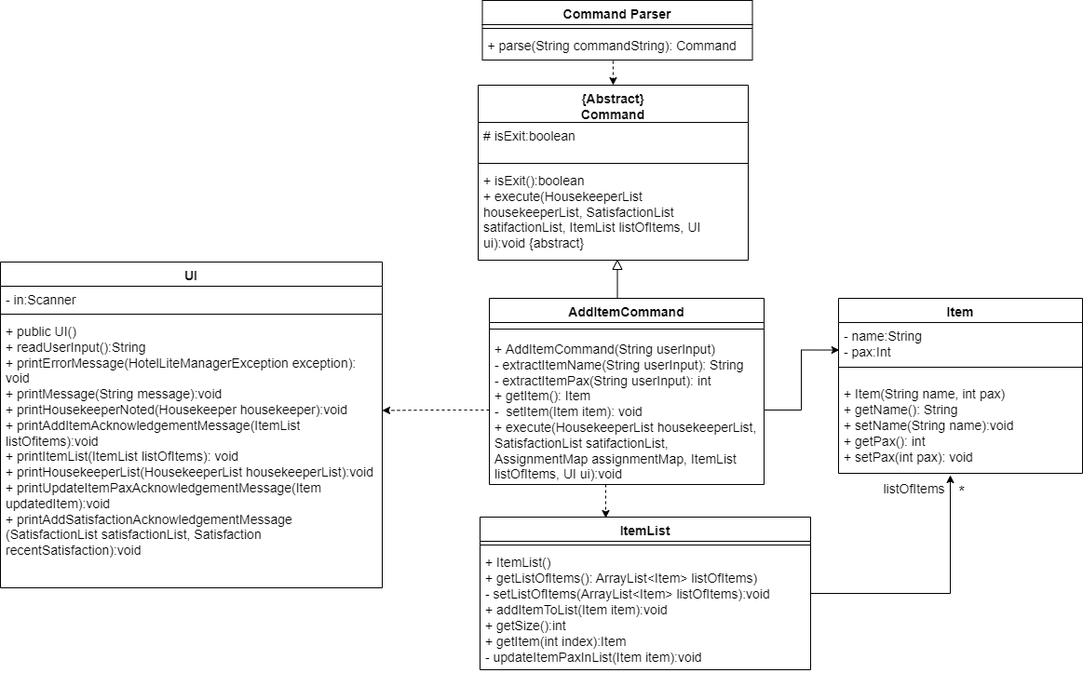
This is docs/team/SiewYangZhi_addItemCommand/AddItemCommandClassDiagram.png from nus-cs2113-AY2122S2/tp, a draw.io export, as it was before one commit. Source tidied: cells renumbered, new cells last; positions are measured from the earlier drawing's top-left corner, leaving out a move shared by most shapes.
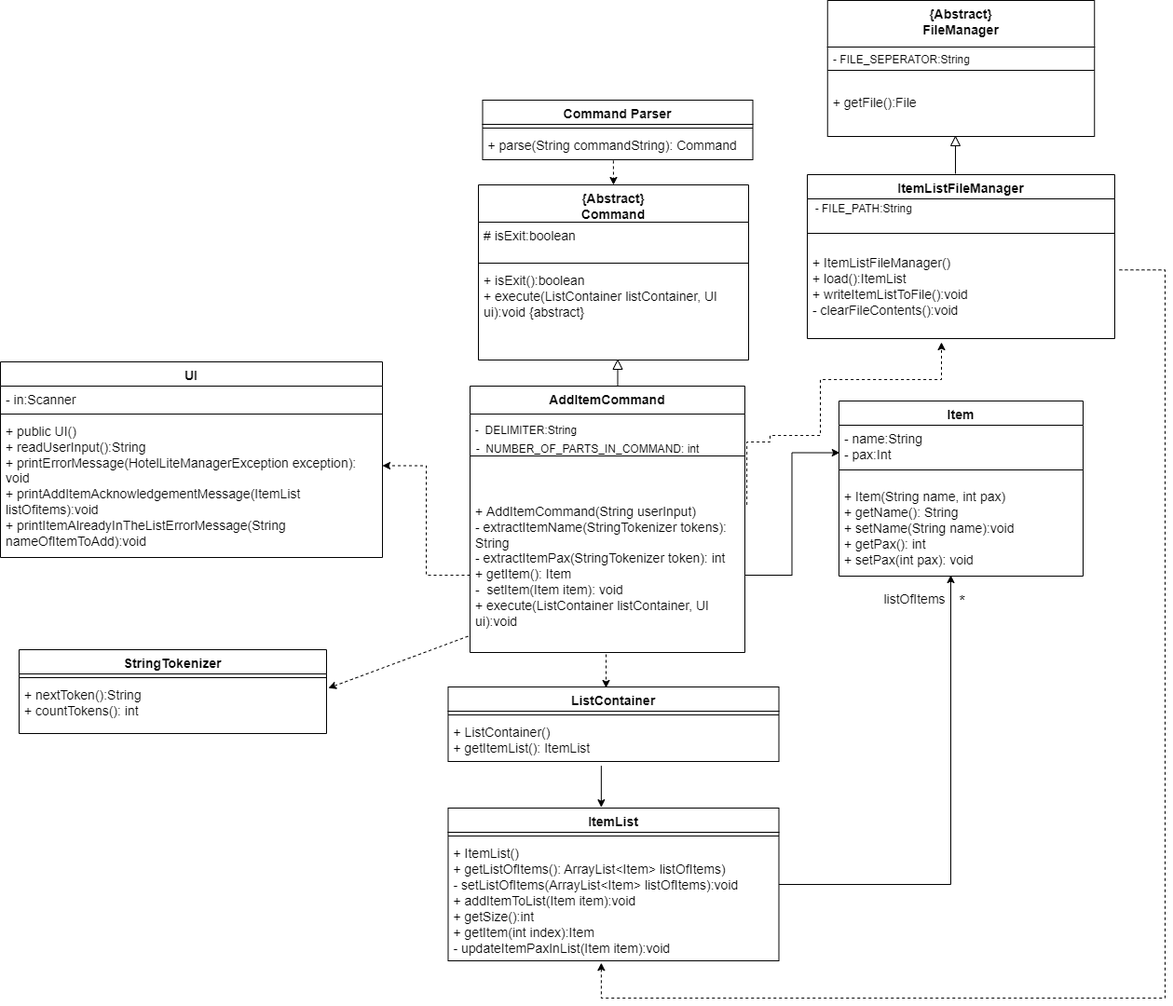
Later version of the same file.

Commit message:
Update add Item To Item List section of the DeveloperGuide

Fixes #269

Diff of the diagram source:
```diff
@@ -2,17 +2,8 @@
   <root>
     <mxCell id="0" />
     <mxCell id="1" parent="0" />
-    <mxCell id="2" value="AddItemCommand" style="swimlane;fontStyle=1;align=center;verticalAlign=top;horizontal=1;startSize=26;strokeColor=#000000;fontSize=14;" parent="1" vertex="1">
-      <mxGeometry x="525" y="320" width="295" height="200" as="geometry" />
-    </mxCell>
-    <mxCell id="3" style="line;strokeWidth=1;fillColor=none;align=left;verticalAlign=middle;spacingTop=-1;spacingLeft=3;spacingRight=3;labelPosition=right;" parent="2" vertex="1">
-      <mxGeometry y="26" width="295" height="14" as="geometry" />
-    </mxCell>
-    <mxCell id="4" value="+ AddItemCommand(String userInput)&#10;- extractItemName(String userInput): String&#10;- extractItemPax(String userInput): int&#10;+ getItem(): Item&#10;-  setItem(Item item): void&#10;+ execute(HousekeeperList housekeeperList, SatisfactionList satifactionList, AssignmentMap assignmentMap, ItemList listOfItems, UI ui):void" style="text;strokeColor=none;fillColor=none;align=left;verticalAlign=top;spacingLeft=4;spacingRight=4;overflow=hidden;points=[[0,0.5],[1,0.5]];portConstraint=eastwest;fontSize=14;whiteSpace=wrap;" parent="2" vertex="1">
-      <mxGeometry y="40" width="295" height="160" as="geometry" />
-    </mxCell>
     <mxCell id="5" value="Item" style="swimlane;fontStyle=1;align=center;verticalAlign=top;horizontal=1;startSize=26;fontSize=14;" parent="1" vertex="1">
-      <mxGeometry x="900" y="320" width="262" height="188" as="geometry" />
+      <mxGeometry x="900" y="323" width="262" height="188" as="geometry" />
     </mxCell>
     <mxCell id="6" value="- name:String&#10;- pax:Int" style="text;strokeColor=none;fillColor=none;align=left;verticalAlign=top;spacingLeft=4;spacingRight=4;overflow=hidden;points=[[0,0.5],[1,0.5]];portConstraint=eastwest;fontSize=14;" parent="5" vertex="1">
       <mxGeometry y="26" width="262" height="34" as="geometry" />
@@ -42,7 +33,7 @@
       </mxGeometry>
     </mxCell>
     <mxCell id="13" value="ItemList" style="swimlane;fontStyle=1;align=center;verticalAlign=top;horizontal=1;startSize=26;fontSize=14;" parent="1" vertex="1">
-      <mxGeometry x="515" y="555" width="355" height="164" as="geometry" />
+      <mxGeometry x="480.5" y="760" width="355" height="164" as="geometry" />
     </mxCell>
     <mxCell id="14" style="line;strokeWidth=1;fillColor=none;align=left;verticalAlign=middle;spacingTop=-1;spacingLeft=3;spacingRight=3;labelPosition=right;" parent="13" vertex="1">
       <mxGeometry y="26" width="355" height="8" as="geometry" />
@@ -51,7 +42,7 @@
       <mxGeometry y="34" width="355" height="130" as="geometry" />
     </mxCell>
     <mxCell id="16" value="UI" style="swimlane;fontStyle=1;align=center;verticalAlign=top;horizontal=1;startSize=26;fontSize=14;" parent="1" vertex="1">
-      <mxGeometry y="281" width="410" height="350" as="geometry" />
+      <mxGeometry y="281" width="410" height="210" as="geometry" />
     </mxCell>
     <mxCell id="17" value="- in:Scanner" style="text;strokeColor=none;fillColor=none;align=left;verticalAlign=top;spacingLeft=4;spacingRight=4;overflow=hidden;fontSize=14;" parent="16" vertex="1">
       <mxGeometry y="26" width="410" height="26" as="geometry" />
@@ -59,16 +50,16 @@
     <mxCell id="18" style="line;strokeWidth=1;fillColor=none;align=left;verticalAlign=middle;spacingTop=-1;spacingLeft=3;spacingRight=3;labelPosition=right;fontSize=12;" parent="16" vertex="1">
       <mxGeometry y="52" width="410" height="8" as="geometry" />
     </mxCell>
-    <mxCell id="19" value="+ public UI()&#10;+ readUserInput():String&#10;+ printErrorMessage(HotelLiteManagerException exception): void&#10;+ printMessage(String message):void&#10;+ printHousekeeperNoted(Housekeeper housekeeper):void&#10;+ printAddItemAcknowledgementMessage(ItemList listOfitems):void&#10;+ printItemList(ItemList listOfItems): void&#10;+ printHousekeeperList(HousekeeperList housekeeperList):void&#10;+ printUpdateItemPaxAcknowledgementMessage(Item updatedItem):void&#10;+ printAddSatisfactionAcknowledgementMessage (SatisfactionList satisfactionList, Satisfaction recentSatisfaction):void" style="text;strokeColor=none;fillColor=none;align=left;verticalAlign=top;spacingLeft=4;spacingRight=4;overflow=hidden;points=[[0,0.5],[1,0.5]];portConstraint=eastwest;fontSize=14;whiteSpace=wrap;" parent="16" vertex="1">
-      <mxGeometry y="60" width="410" height="290" as="geometry" />
+    <mxCell id="19" value="+ public UI()&#10;+ readUserInput():String&#10;+ printErrorMessage(HotelLiteManagerException exception): void&#10;+ printAddItemAcknowledgementMessage(ItemList listOfitems):void&#10;+ printItemAlreadyInTheListErrorMessage(String nameOfItemToAdd):void&#10; " style="text;strokeColor=none;fillColor=none;align=left;verticalAlign=top;spacingLeft=4;spacingRight=4;overflow=hidden;points=[[0,0.5],[1,0.5]];portConstraint=eastwest;fontSize=14;whiteSpace=wrap;" parent="16" vertex="1">
+      <mxGeometry y="60" width="410" height="150" as="geometry" />
     </mxCell>
     <mxCell id="20" style="edgeStyle=orthogonalEdgeStyle;rounded=0;jettySize=auto;html=1;exitX=0;exitY=0.5;exitDx=0;exitDy=0;entryX=1;entryY=0.343;entryDx=0;entryDy=0;entryPerimeter=0;labelBackgroundColor=default;labelBorderColor=none;fontSize=12;dashed=1;" parent="1" edge="1" source="4" target="19">
       <mxGeometry relative="1" as="geometry" />
     </mxCell>
     <mxCell id="21" style="endArrow=classic;html=1;rounded=0;dashed=1;labelBackgroundColor=default;labelBorderColor=none;fontSize=12;" parent="1" edge="1">
       <mxGeometry relative="1" as="geometry">
-        <mxPoint x="650" y="520" as="sourcePoint" />
-        <mxPoint x="650" y="556" as="targetPoint" />
+        <mxPoint x="650" y="595" as="sourcePoint" />
+        <mxPoint x="650" y="631" as="targetPoint" />
       </mxGeometry>
     </mxCell>
     <mxCell id="22" value="Command Parser" style="swimlane;fontStyle=1;align=center;verticalAlign=top;horizontal=1;startSize=26;fontSize=14;" parent="1" vertex="1">
@@ -103,8 +94,106 @@
     <mxCell id="31" style="line;strokeWidth=1;fillColor=none;align=left;verticalAlign=middle;spacingTop=-1;spacingLeft=3;spacingRight=3;labelPosition=right;fontSize=14;" parent="29" vertex="1">
       <mxGeometry y="80" width="290" height="8" as="geometry" />
     </mxCell>
-    <mxCell id="32" value="+ isExit():boolean&#10;+ execute(HousekeeperList housekeeperList, SatisfactionList satifactionList, ItemList listOfItems, UI ui):void {abstract}" style="text;strokeColor=none;fillColor=none;align=left;verticalAlign=top;spacingLeft=4;spacingRight=4;overflow=hidden;fontSize=14;whiteSpace=wrap;" parent="29" vertex="1">
+    <mxCell id="32" value="+ isExit():boolean&#10;+ execute(ListContainer listContainer, UI ui):void {abstract}" style="text;strokeColor=none;fillColor=none;align=left;verticalAlign=top;spacingLeft=4;spacingRight=4;overflow=hidden;fontSize=14;whiteSpace=wrap;" parent="29" vertex="1">
       <mxGeometry y="88" width="290" height="100" as="geometry" />
     </mxCell>
+    <mxCell id="33" value="StringTokenizer" style="swimlane;fontStyle=1;align=center;verticalAlign=top;horizontal=1;startSize=26;fontSize=14;" parent="1" vertex="1">
+      <mxGeometry x="20" y="590" width="330" height="90" as="geometry" />
+    </mxCell>
+    <mxCell id="34" style="line;strokeWidth=1;fillColor=none;align=left;verticalAlign=middle;spacingTop=-1;spacingLeft=3;spacingRight=3;labelPosition=right;" parent="33" vertex="1">
+      <mxGeometry y="26" width="330" height="8" as="geometry" />
+    </mxCell>
+    <mxCell id="35" value="+ nextToken():String&#10;+ countTokens(): int&#10;" style="text;strokeColor=none;fillColor=none;align=left;verticalAlign=top;spacingLeft=4;spacingRight=4;overflow=hidden;points=[[0,0.5],[1,0.5]];portConstraint=eastwest;fontSize=14;" parent="33" vertex="1">
+      <mxGeometry y="34" width="330" height="56" as="geometry" />
+    </mxCell>
+    <mxCell id="36" style="endArrow=classic;html=1;rounded=0;exitX=-0.007;exitY=0.895;exitDx=0;exitDy=0;exitPerimeter=0;entryX=1.006;entryY=0.129;entryDx=0;entryDy=0;entryPerimeter=0;dashed=1;" parent="1" edge="1" source="4" target="35">
+      <mxGeometry relative="1" as="geometry" />
+    </mxCell>
+    <mxCell id="37" value="ListContainer" style="swimlane;fontStyle=1;align=center;verticalAlign=top;horizontal=1;startSize=26;fontSize=14;" parent="1" vertex="1">
+      <mxGeometry x="480.5" y="630" width="355" height="80" as="geometry" />
+    </mxCell>
+    <mxCell id="38" style="line;strokeWidth=1;fillColor=none;align=left;verticalAlign=middle;spacingTop=-1;spacingLeft=3;spacingRight=3;labelPosition=right;" parent="37" vertex="1">
+      <mxGeometry y="26" width="355" height="8" as="geometry" />
+    </mxCell>
+    <mxCell id="39" value="+ ListContainer()&#10;+ getItemList(): ItemList&#10;&#10;&#10;" style="text;strokeColor=none;fillColor=none;align=left;verticalAlign=top;spacingLeft=4;spacingRight=4;overflow=hidden;points=[[0,0.5],[1,0.5]];portConstraint=eastwest;fontSize=14;" parent="37" vertex="1">
+      <mxGeometry y="34" width="355" height="46" as="geometry" />
+    </mxCell>
+    <mxCell id="40" style="endArrow=classic;html=1;rounded=0;entryX=0.463;entryY=-0.005;entryDx=0;entryDy=0;entryPerimeter=0;exitX=0.463;exitY=1.103;exitDx=0;exitDy=0;exitPerimeter=0;" parent="1" edge="1" source="39" target="13">
+      <mxGeometry relative="1" as="geometry" />
+    </mxCell>
+    <mxCell id="41" value="ItemListFileManager" style="swimlane;fontStyle=1;align=center;verticalAlign=top;horizontal=1;startSize=26;fontSize=14;" parent="1" vertex="1">
+      <mxGeometry x="866" y="80" width="330" height="176" as="geometry" />
+    </mxCell>
+    <mxCell id="42" value="&lt;font style=&quot;font-size: 12px&quot;&gt;&amp;nbsp; - FILE_PATH:String&lt;/font&gt;" style="text;html=1;align=left;verticalAlign=middle;strokeColor=none;fillColor=none;fontSize=14;" parent="41" vertex="1">
+      <mxGeometry y="26" width="330" height="20" as="geometry" />
+    </mxCell>
+    <mxCell id="43" style="line;strokeWidth=1;fillColor=none;align=left;verticalAlign=middle;spacingTop=-1;spacingLeft=3;spacingRight=3;labelPosition=right;" parent="41" vertex="1">
+      <mxGeometry y="46" width="330" height="34" as="geometry" />
+    </mxCell>
+    <mxCell id="44" value="+ ItemListFileManager()&#10;+ load():ItemList&#10;+ writeItemListToFile():void&#10;- clearFileContents():void&#10;" style="text;strokeColor=none;fillColor=none;align=left;verticalAlign=top;spacingLeft=4;spacingRight=4;overflow=hidden;points=[[0,0.5],[1,0.5]];portConstraint=eastwest;fontSize=14;" parent="41" vertex="1">
+      <mxGeometry y="80" width="330" height="96" as="geometry" />
+    </mxCell>
+    <mxCell id="45" style="edgeStyle=orthogonalEdgeStyle;rounded=0;jettySize=auto;html=1;exitX=1.007;exitY=0.045;exitDx=0;exitDy=0;labelBackgroundColor=default;labelBorderColor=none;fontSize=12;dashed=1;exitPerimeter=0;" parent="1" edge="1" source="4">
+      <mxGeometry relative="1" as="geometry">
+        <mxPoint x="1010" y="260" as="targetPoint" />
+        <Array as="points">
+          <mxPoint x="826" y="367" />
+          <mxPoint x="826" y="360" />
+          <mxPoint x="880" y="360" />
+          <mxPoint x="880" y="300" />
+          <mxPoint x="1010" y="300" />
+        </Array>
+      </mxGeometry>
+    </mxCell>
+    <mxCell id="46" style="group;" parent="1" vertex="1">
+      <mxGeometry x="1020" y="39" width="10" height="40" as="geometry" />
+    </mxCell>
+    <mxCell id="47" style="triangle;whiteSpace=wrap;html=1;rotation=-90;" parent="46" vertex="1">
+      <mxGeometry width="10" height="10" as="geometry" />
+    </mxCell>
+    <mxCell id="48" style="endArrow=none;html=1;rounded=0;entryX=0;entryY=0.5;entryDx=0;entryDy=0;" parent="46" edge="1" target="47">
+      <mxGeometry relative="1" as="geometry">
+        <mxPoint x="5" y="40" as="sourcePoint" />
+      </mxGeometry>
+    </mxCell>
+    <mxCell id="49" value="{Abstract}&#10;FileManager" style="swimlane;fontStyle=1;align=center;verticalAlign=top;horizontal=1;startSize=50;fontSize=14;" parent="1" vertex="1">
+      <mxGeometry x="887.8" y="-107" width="286.5" height="146" as="geometry" />
+    </mxCell>
+    <mxCell id="50" style="line;strokeWidth=1;fillColor=none;align=left;verticalAlign=middle;spacingTop=-1;spacingLeft=3;spacingRight=3;labelPosition=right;" parent="49" vertex="1">
+      <mxGeometry y="50" width="286.5" height="50" as="geometry" />
+    </mxCell>
+    <mxCell id="51" value="+ getFile():File&#10;&#10;" style="text;strokeColor=none;fillColor=none;align=left;verticalAlign=middle;spacingLeft=4;spacingRight=4;overflow=hidden;fontSize=14;" parent="49" vertex="1">
+      <mxGeometry y="100" width="286.5" height="46" as="geometry" />
+    </mxCell>
+    <mxCell id="52" value="- FILE_SEPERATOR:String" style="text;html=1;align=center;verticalAlign=middle;strokeColor=none;fillColor=none;fontSize=12;" parent="1" vertex="1">
+      <mxGeometry x="887" y="-53" width="160" height="20" as="geometry" />
+    </mxCell>
+    <mxCell id="53" style="edgeStyle=orthogonalEdgeStyle;rounded=0;jettySize=auto;html=1;exitX=1.015;exitY=0.232;exitDx=0;exitDy=0;labelBackgroundColor=default;labelBorderColor=none;fontSize=12;dashed=1;exitPerimeter=0;entryX=0.463;entryY=1.017;entryDx=0;entryDy=0;entryPerimeter=0;" parent="1" edge="1" source="44" target="15">
+      <mxGeometry relative="1" as="geometry">
+        <Array as="points">
+          <mxPoint x="1250" y="182" />
+          <mxPoint x="1250" y="964" />
+          <mxPoint x="645" y="964" />
+        </Array>
+      </mxGeometry>
+    </mxCell>
+    <mxCell id="54" style="group;" parent="1" vertex="1">
+      <mxGeometry x="500" y="307" width="299" height="286" as="geometry" />
+    </mxCell>
+    <mxCell id="2" value="AddItemCommand" style="swimlane;fontStyle=1;align=center;verticalAlign=top;horizontal=1;startSize=30;strokeColor=#000000;fontSize=14;" parent="54" vertex="1">
+      <mxGeometry x="4" width="295" height="286" as="geometry" />
+    </mxCell>
+    <mxCell id="3" style="line;strokeWidth=1;fillColor=none;align=left;verticalAlign=middle;spacingTop=-1;spacingLeft=3;spacingRight=3;labelPosition=right;" parent="2" vertex="1">
+      <mxGeometry y="30" width="295" height="90" as="geometry" />
+    </mxCell>
+    <mxCell id="4" value="+ AddItemCommand(String userInput)&#10;- extractItemName(StringTokenizer tokens): String&#10;- extractItemPax(StringTokenizer token): int&#10;+ getItem(): Item&#10;-  setItem(Item item): void&#10;+ execute(ListContainer listContainer, UI ui):void" style="text;strokeColor=none;fillColor=none;align=left;verticalAlign=top;spacingLeft=4;spacingRight=4;overflow=hidden;points=[[0,0.5],[1,0.5]];portConstraint=eastwest;fontSize=14;whiteSpace=wrap;" parent="2" vertex="1">
+      <mxGeometry y="120" width="295" height="166" as="geometry" />
+    </mxCell>
+    <mxCell id="55" value="-&amp;nbsp;&amp;nbsp;DELIMITER:String" style="text;html=1;align=center;verticalAlign=middle;strokeColor=none;fillColor=none;fontSize=12;" parent="54" vertex="1">
+      <mxGeometry x="4" y="38" width="120" height="20" as="geometry" />
+    </mxCell>
+    <mxCell id="56" value="-&amp;nbsp;&amp;nbsp;NUMBER_OF_PARTS_IN_COMMAND: int" style="text;html=1;align=center;verticalAlign=middle;strokeColor=none;fillColor=none;fontSize=12;" parent="54" vertex="1">
+      <mxGeometry y="58" width="260" height="20" as="geometry" />
+    </mxCell>
   </root>
 </mxGraphModel>
```
